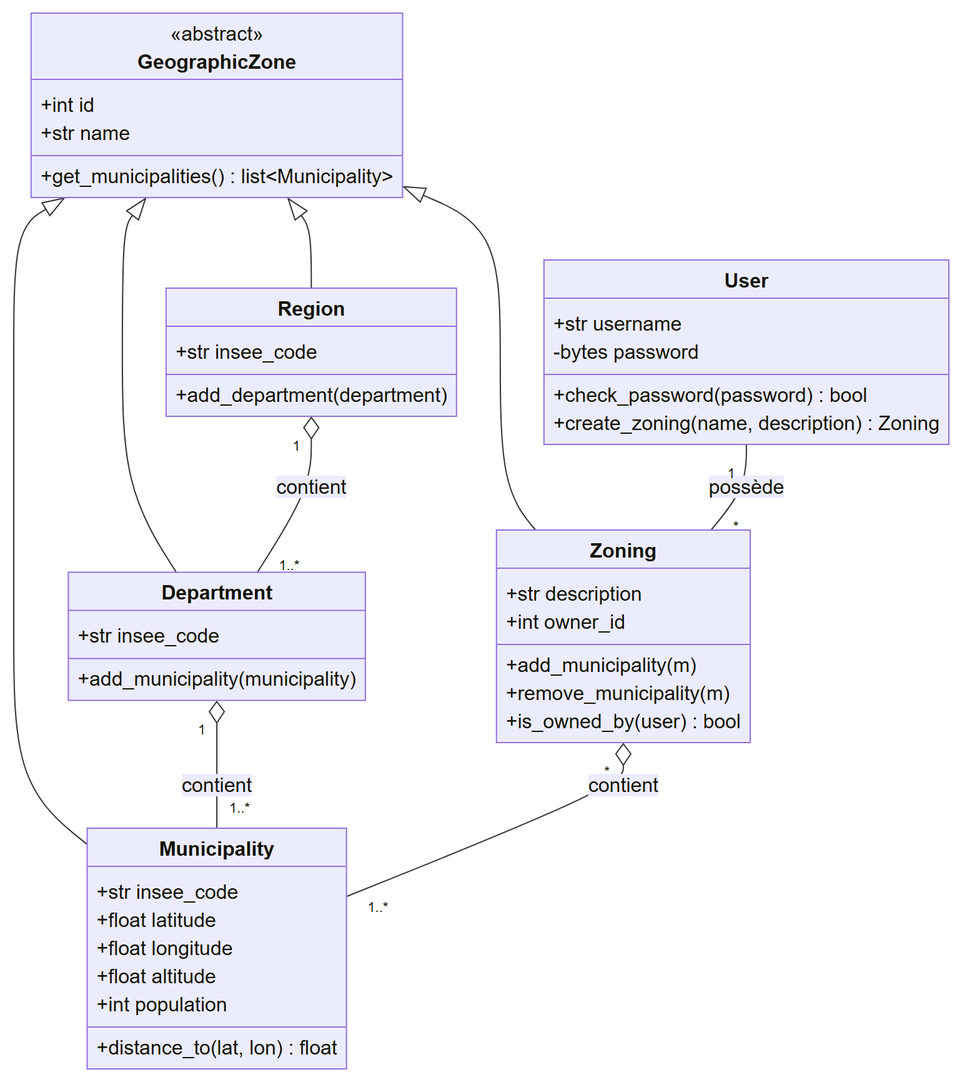
Before: doc/reports/final_report/resources/diagrams_final/fig-classes-zone.png, a diagram exported from Mermaid (gabriel-dahan/ensai-it-project-2a-team12). Its source is kept beside it as doc/reports/final_report/resources/mermaid/fig-classes-zone.mmd.
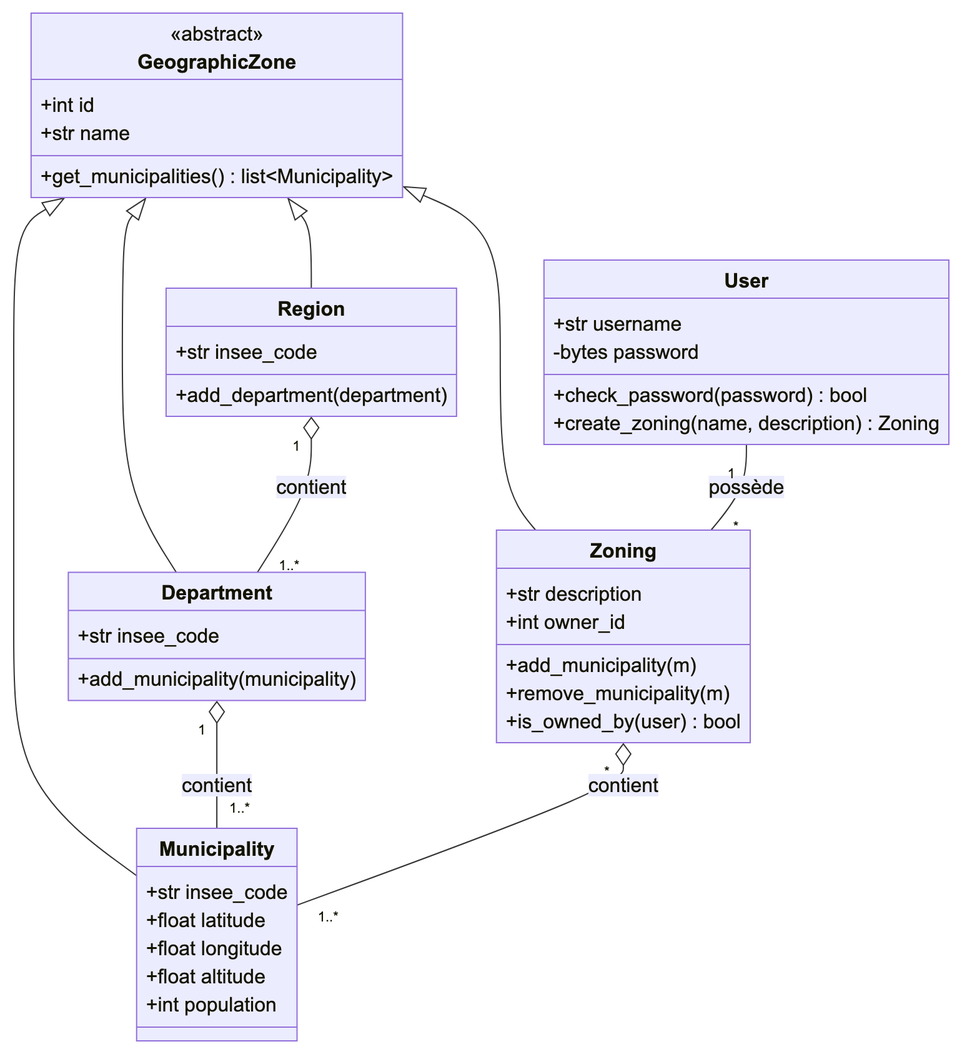
After the commit.

Change to the diagram source:
```diff
@@ -20,7 +20,6 @@
         +float longitude
         +float altitude
         +int population
-        +distance_to(lat, lon) float
     }
     class Zoning {
         +str description
```
